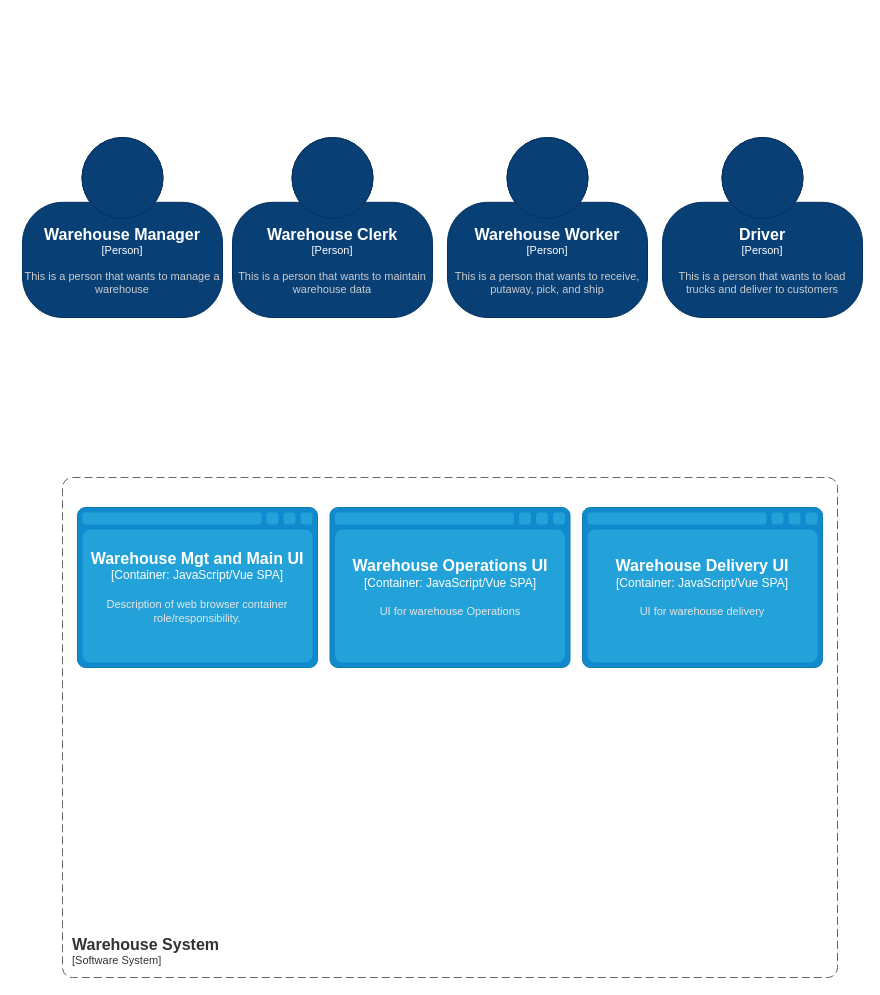
Above: page "Container" (2 of 3) of Warehouse/C4 Diagrams/C4-context-warehouse.drawio in OwenPlamondonOC/Software-Engineering-II-Projects (draw.io), before the change. Source tidied: cells renumbered, new cells numbered last; positions are measured from the earlier drawing's top-left corner, leaving out a move shared by most shapes. Both pictures are drawn from the tidied source at 100%, with x=0, y=0 at pixel (22, 137).
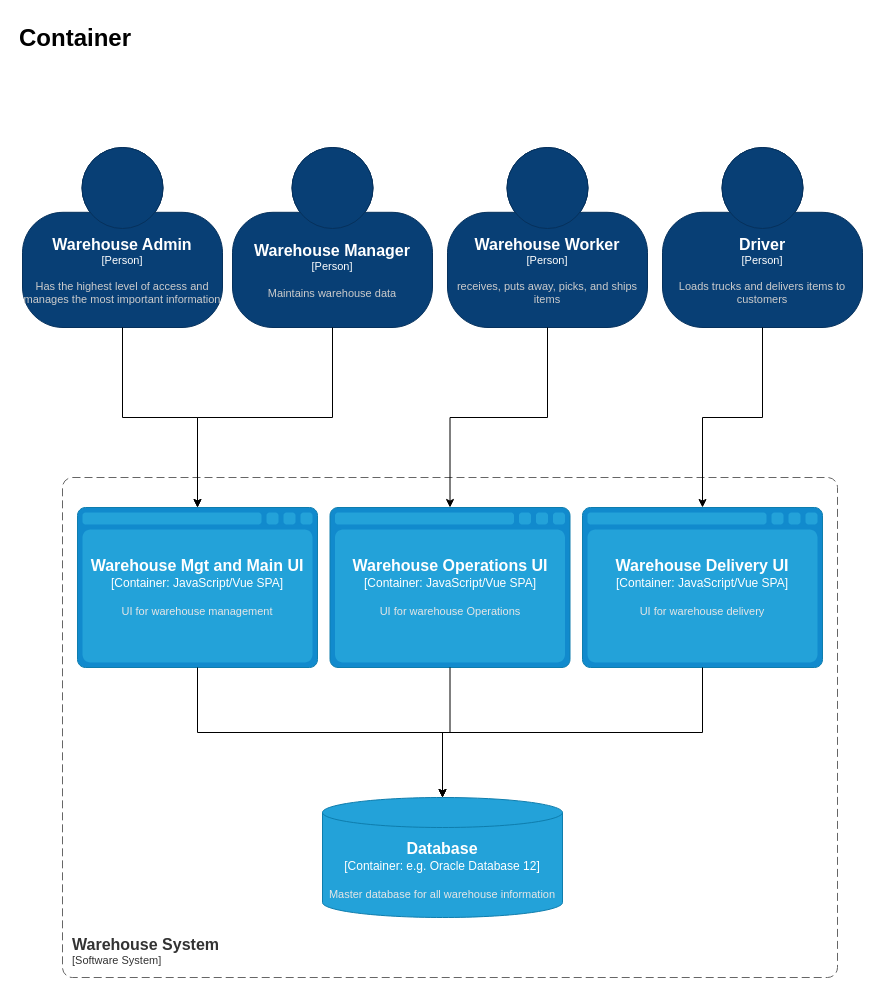
The same diagram, later.

Unchanged cells that the change refers to:
```xml
<object id="8" label="&lt;font style=&quot;font-size: 16px&quot;&gt;&lt;b&gt;%c4Name%&lt;/b&gt;&lt;/font&gt;&lt;div&gt;[%c4Type%:&amp;nbsp;%c4Technology%]&lt;/div&gt;&lt;br&gt;&lt;div&gt;&lt;font style=&quot;font-size: 11px&quot;&gt;&lt;font color=&quot;#E6E6E6&quot;&gt;%c4Description%&lt;/font&gt;&lt;/div&gt;" c4Description="UI for warehouse Operations" c4Name="Warehouse Operations UI" c4Technology="JavaScript/Vue SPA" c4Type="Container" placeholders="1">
  <mxCell style="shape=mxgraph.c4.webBrowserContainer2;whiteSpace=wrap;html=1;boundedLbl=1;rounded=0;labelBackgroundColor=none;strokeColor=#118ACD;fillColor=#23A2D9;strokeColor=#118ACD;strokeColor2=#0E7DAD;fontSize=12;fontColor=#ffffff;align=center;points=[[0.5,0,0],[1,0.25,0],[1,0.5,0],[1,0.75,0],[0.5,1,0],[0,0.75,0],[0,0.5,0],[0,0.25,0]];" parent="1" vertex="1">
    <mxGeometry x="307.5" y="370" width="240" height="160" as="geometry" />
  </mxCell>
</object>
<object id="9" label="&lt;font style=&quot;font-size: 16px&quot;&gt;&lt;b&gt;%c4Name%&lt;/b&gt;&lt;/font&gt;&lt;div&gt;[%c4Type%:&amp;nbsp;%c4Technology%]&lt;/div&gt;&lt;br&gt;&lt;div&gt;&lt;font style=&quot;font-size: 11px&quot;&gt;&lt;font color=&quot;#E6E6E6&quot;&gt;%c4Description%&lt;/font&gt;&lt;/div&gt;" c4Description="UI for warehouse delivery" c4Name="Warehouse Delivery UI" c4Technology="JavaScript/Vue SPA" c4Type="Container" placeholders="1">
  <mxCell style="shape=mxgraph.c4.webBrowserContainer2;whiteSpace=wrap;html=1;boundedLbl=1;rounded=0;labelBackgroundColor=none;strokeColor=#118ACD;fillColor=#23A2D9;strokeColor=#118ACD;strokeColor2=#0E7DAD;fontSize=12;fontColor=#ffffff;align=center;points=[[0.5,0,0],[1,0.25,0],[1,0.5,0],[1,0.75,0],[0.5,1,0],[0,0.75,0],[0,0.5,0],[0,0.25,0]];" parent="1" vertex="1">
    <mxGeometry x="560" y="370" width="240" height="160" as="geometry" />
  </mxCell>
</object>
```

The edit, as a diff of the source:
```diff
@@
-    <object id="3" label="&lt;font style=&quot;font-size: 16px&quot;&gt;&lt;b&gt;%c4Name%&lt;/b&gt;&lt;/font&gt;&lt;div&gt;[%c4Type%]&lt;/div&gt;&lt;br&gt;&lt;div&gt;&lt;font style=&quot;font-size: 11px&quot;&gt;&lt;font color=&quot;#cccccc&quot;&gt;%c4Description%&lt;/font&gt;&lt;/div&gt;" c4Description="This is a person that wants to manage a warehouse" c4Name="Warehouse Manager" c4Type="Person" placeholders="1">
-      <mxCell style="html=1;fontSize=11;dashed=0;whiteSpace=wrap;fillColor=#083F75;strokeColor=#06315C;fontColor=#ffffff;shape=mxgraph.c4.person2;align=center;" parent="1" vertex="1">
-        <mxGeometry width="200" height="180" as="geometry" />
-      </mxCell>
-    </object>
-    <object id="4" label="&lt;font style=&quot;font-size: 16px&quot;&gt;&lt;b&gt;%c4Name%&lt;/b&gt;&lt;/font&gt;&lt;div&gt;[%c4Type%]&lt;/div&gt;&lt;br&gt;&lt;div&gt;&lt;font style=&quot;font-size: 11px&quot;&gt;&lt;font color=&quot;#cccccc&quot;&gt;%c4Description%&lt;/font&gt;&lt;/div&gt;" c4Description="This is a person that wants to maintain warehouse data" c4Name="Warehouse Clerk" c4Type="Person" placeholders="1">
-      <mxCell style="html=1;fontSize=11;dashed=0;whiteSpace=wrap;fillColor=#083F75;strokeColor=#06315C;fontColor=#ffffff;shape=mxgraph.c4.person2;align=center;" parent="1" vertex="1">
-        <mxGeometry x="210" width="200" height="180" as="geometry" />
-      </mxCell>
-    </object>
-    <object id="5" label="&lt;font style=&quot;font-size: 16px&quot;&gt;&lt;b&gt;%c4Name%&lt;/b&gt;&lt;/font&gt;&lt;div&gt;[%c4Type%]&lt;/div&gt;&lt;br&gt;&lt;div&gt;&lt;font style=&quot;font-size: 11px&quot;&gt;&lt;font color=&quot;#cccccc&quot;&gt;%c4Description%&lt;/font&gt;&lt;/div&gt;" c4Description="This is a person that wants to receive, putaway, pick, and ship" c4Name="Warehouse Worker" c4Type="Person" placeholders="1">
-      <mxCell style="html=1;fontSize=11;dashed=0;whiteSpace=wrap;fillColor=#083F75;strokeColor=#06315C;fontColor=#ffffff;shape=mxgraph.c4.person2;align=center;" parent="1" vertex="1">
-        <mxGeometry x="425" width="200" height="180" as="geometry" />
-      </mxCell>
-    </object>
-    <object id="6" label="&lt;font style=&quot;font-size: 16px&quot;&gt;&lt;b&gt;%c4Name%&lt;/b&gt;&lt;/font&gt;&lt;div&gt;[%c4Type%]&lt;/div&gt;&lt;br&gt;&lt;div&gt;&lt;font style=&quot;font-size: 11px&quot;&gt;&lt;font color=&quot;#cccccc&quot;&gt;%c4Description%&lt;/font&gt;&lt;/div&gt;" c4Description="This is a person that wants to load trucks and deliver to customers" c4Name="Driver" c4Type="Person" placeholders="1">
-      <mxCell style="html=1;fontSize=11;dashed=0;whiteSpace=wrap;fillColor=#083F75;strokeColor=#06315C;fontColor=#ffffff;shape=mxgraph.c4.person2;align=center;" parent="1" vertex="1">
-        <mxGeometry x="640" width="200" height="180" as="geometry" />
-      </mxCell>
-    </object>
-    <object id="7" label="&lt;font style=&quot;font-size: 16px&quot;&gt;&lt;b&gt;%c4Name%&lt;/b&gt;&lt;/font&gt;&lt;div&gt;[%c4Type%:&amp;nbsp;%c4Technology%]&lt;/div&gt;&lt;br&gt;&lt;div&gt;&lt;font style=&quot;font-size: 11px&quot;&gt;&lt;font color=&quot;#E6E6E6&quot;&gt;%c4Description%&lt;/font&gt;&lt;/div&gt;" c4Description="Description of web browser container role/responsibility." c4Name="Warehouse Mgt and Main UI" c4Technology="JavaScript/Vue SPA" c4Type="Container" placeholders="1">
+    <object id="7" label="&lt;font style=&quot;font-size: 16px&quot;&gt;&lt;b&gt;%c4Name%&lt;/b&gt;&lt;/font&gt;&lt;div&gt;[%c4Type%:&amp;nbsp;%c4Technology%]&lt;/div&gt;&lt;br&gt;&lt;div&gt;&lt;font style=&quot;font-size: 11px&quot;&gt;&lt;font color=&quot;#E6E6E6&quot;&gt;%c4Description%&lt;/font&gt;&lt;/div&gt;" c4Description="UI for warehouse management" c4Name="Warehouse Mgt and Main UI" c4Technology="JavaScript/Vue SPA" c4Type="Container" placeholders="1">
       <mxCell style="shape=mxgraph.c4.webBrowserContainer2;whiteSpace=wrap;html=1;boundedLbl=1;rounded=0;labelBackgroundColor=none;strokeColor=#118ACD;fillColor=#23A2D9;strokeColor=#118ACD;strokeColor2=#0E7DAD;fontSize=12;fontColor=#ffffff;align=center;points=[[0.5,0,0],[1,0.25,0],[1,0.5,0],[1,0.75,0],[0.5,1,0],[0,0.75,0],[0,0.5,0],[0,0.25,0]];" parent="1" vertex="1">
         <mxGeometry x="55" y="370" width="240" height="160" as="geometry" />
       </mxCell>
     </object>
@@
+    <mxCell id="10" value="&lt;h1 style=&quot;margin-top: 0px;&quot;&gt;Container&lt;/h1&gt;&lt;p&gt;&lt;br&gt;&lt;/p&gt;" style="text;html=1;whiteSpace=wrap;overflow=hidden;rounded=0;" parent="1" vertex="1">
+      <mxGeometry x="-5" y="-120" width="340" height="120" as="geometry" />
+    </mxCell>
+    <object id="11" label="&lt;font style=&quot;font-size: 16px&quot;&gt;&lt;b&gt;%c4Name%&lt;/b&gt;&lt;/font&gt;&lt;div&gt;[%c4Type%]&lt;/div&gt;&lt;br&gt;&lt;div&gt;&lt;font style=&quot;font-size: 11px&quot;&gt;&lt;font color=&quot;#cccccc&quot;&gt;%c4Description%&lt;/font&gt;&lt;/div&gt;" c4Description="Has the highest level of access and manages the most important information" c4Name="Warehouse Admin" c4Type="Person" placeholders="1">
+      <mxCell style="html=1;fontSize=11;dashed=0;whiteSpace=wrap;fillColor=#083F75;strokeColor=#06315C;fontColor=#ffffff;shape=mxgraph.c4.person2;align=center;points=[[0.5,0,0],[1,0.5,0],[1,0.75,0],[0.75,1,0],[0.5,1,0],[0.25,1,0],[0,0.75,0],[0,0.5,0]];" parent="1" vertex="1">
+        <mxGeometry y="10" width="200" height="180" as="geometry" />
+      </mxCell>
+    </object>
+    <object id="12" label="&lt;font style=&quot;font-size: 16px&quot;&gt;&lt;b&gt;%c4Name%&lt;/b&gt;&lt;/font&gt;&lt;div&gt;[%c4Type%]&lt;/div&gt;&lt;br&gt;&lt;div&gt;&lt;font style=&quot;font-size: 11px&quot;&gt;&lt;font color=&quot;#cccccc&quot;&gt;%c4Description%&lt;/font&gt;&lt;/div&gt;" c4Description="Maintains warehouse data" c4Name="Warehouse Manager" c4Type="Person" placeholders="1">
+      <mxCell style="html=1;fontSize=11;dashed=0;whiteSpace=wrap;fillColor=#083F75;strokeColor=#06315C;fontColor=#ffffff;shape=mxgraph.c4.person2;align=center;points=[[0.5,0,0],[1,0.5,0],[1,0.75,0],[0.75,1,0],[0.5,1,0],[0.25,1,0],[0,0.75,0],[0,0.5,0]];" parent="1" vertex="1">
+        <mxGeometry x="210" y="10" width="200" height="180" as="geometry" />
+      </mxCell>
+    </object>
+    <object id="13" label="&lt;font style=&quot;font-size: 16px&quot;&gt;&lt;b&gt;%c4Name%&lt;/b&gt;&lt;/font&gt;&lt;div&gt;[%c4Type%]&lt;/div&gt;&lt;br&gt;&lt;div&gt;&lt;font style=&quot;font-size: 11px&quot;&gt;&lt;font color=&quot;#cccccc&quot;&gt;%c4Description%&lt;/font&gt;&lt;/div&gt;" c4Description="receives, puts away, picks, and ships items" c4Name="Warehouse Worker" c4Type="Person" placeholders="1">
+      <mxCell style="html=1;fontSize=11;dashed=0;whiteSpace=wrap;fillColor=#083F75;strokeColor=#06315C;fontColor=#ffffff;shape=mxgraph.c4.person2;align=center;points=[[0.5,0,0],[1,0.5,0],[1,0.75,0],[0.75,1,0],[0.5,1,0],[0.25,1,0],[0,0.75,0],[0,0.5,0]];" parent="1" vertex="1">
+        <mxGeometry x="425" y="10" width="200" height="180" as="geometry" />
+      </mxCell>
+    </object>
+    <object id="14" label="&lt;font style=&quot;font-size: 16px&quot;&gt;&lt;b&gt;%c4Name%&lt;/b&gt;&lt;/font&gt;&lt;div&gt;[%c4Type%]&lt;/div&gt;&lt;br&gt;&lt;div&gt;&lt;font style=&quot;font-size: 11px&quot;&gt;&lt;font color=&quot;#cccccc&quot;&gt;%c4Description%&lt;/font&gt;&lt;/div&gt;" c4Description="Loads trucks and delivers items to customers" c4Name="Driver" c4Type="Person" placeholders="1">
+      <mxCell style="html=1;fontSize=11;dashed=0;whiteSpace=wrap;fillColor=#083F75;strokeColor=#06315C;fontColor=#ffffff;shape=mxgraph.c4.person2;align=center;points=[[0.5,0,0],[1,0.5,0],[1,0.75,0],[0.75,1,0],[0.5,1,0],[0.25,1,0],[0,0.75,0],[0,0.5,0]];" parent="1" vertex="1">
+        <mxGeometry x="640" y="10" width="200" height="180" as="geometry" />
+      </mxCell>
+    </object>
+    <mxCell id="15" style="edgeStyle=orthogonalEdgeStyle;rounded=0;jettySize=auto;html=1;exitX=0.5;exitY=1;exitDx=0;exitDy=0;exitPerimeter=0;entryX=0.5;entryY=0;entryDx=0;entryDy=0;entryPerimeter=0;" parent="1" edge="1" source="11" target="7">
+      <mxGeometry relative="1" as="geometry" />
+    </mxCell>
+    <mxCell id="16" style="edgeStyle=orthogonalEdgeStyle;rounded=0;jettySize=auto;html=1;exitX=0.5;exitY=1;exitDx=0;exitDy=0;exitPerimeter=0;entryX=0.5;entryY=0;entryDx=0;entryDy=0;entryPerimeter=0;" parent="1" edge="1" source="12" target="7">
+      <mxGeometry relative="1" as="geometry" />
+    </mxCell>
+    <mxCell id="17" style="edgeStyle=orthogonalEdgeStyle;rounded=0;jettySize=auto;html=1;exitX=0.5;exitY=1;exitDx=0;exitDy=0;exitPerimeter=0;entryX=0.5;entryY=0;entryDx=0;entryDy=0;entryPerimeter=0;" parent="1" edge="1" source="13" target="8">
+      <mxGeometry relative="1" as="geometry" />
+    </mxCell>
+    <mxCell id="18" style="edgeStyle=orthogonalEdgeStyle;rounded=0;jettySize=auto;html=1;exitX=0.5;exitY=1;exitDx=0;exitDy=0;exitPerimeter=0;entryX=0.5;entryY=0;entryDx=0;entryDy=0;entryPerimeter=0;" parent="1" edge="1" source="14" target="9">
+      <mxGeometry relative="1" as="geometry" />
+    </mxCell>
+    <object id="19" label="&lt;font style=&quot;font-size: 16px&quot;&gt;&lt;b&gt;%c4Name%&lt;/b&gt;&lt;/font&gt;&lt;div&gt;[%c4Type%:&amp;nbsp;%c4Technology%]&lt;/div&gt;&lt;br&gt;&lt;div&gt;&lt;font style=&quot;font-size: 11px&quot;&gt;&lt;font color=&quot;#E6E6E6&quot;&gt;%c4Description%&lt;/font&gt;&lt;/div&gt;" c4Description="Master database for all warehouse information" c4Name="Database" c4Technology="e.g. Oracle Database 12" c4Type="Container" placeholders="1">
+      <mxCell style="shape=cylinder3;size=15;whiteSpace=wrap;html=1;boundedLbl=1;rounded=0;labelBackgroundColor=none;fillColor=#23A2D9;fontSize=12;fontColor=#ffffff;align=center;strokeColor=#0E7DAD;points=[[0.5,0,0],[1,0.25,0],[1,0.5,0],[1,0.75,0],[0.5,1,0],[0,0.75,0],[0,0.5,0],[0,0.25,0]];" parent="1" vertex="1">
+        <mxGeometry x="300" y="660" width="240" height="120" as="geometry" />
+      </mxCell>
+    </object>
+    <mxCell id="20" style="edgeStyle=orthogonalEdgeStyle;rounded=0;jettySize=auto;html=1;exitX=0.5;exitY=1;exitDx=0;exitDy=0;exitPerimeter=0;entryX=0.5;entryY=0;entryDx=0;entryDy=0;entryPerimeter=0;" parent="1" edge="1" source="7" target="19">
+      <mxGeometry relative="1" as="geometry" />
+    </mxCell>
+    <mxCell id="21" style="edgeStyle=orthogonalEdgeStyle;rounded=0;jettySize=auto;html=1;exitX=0.5;exitY=1;exitDx=0;exitDy=0;exitPerimeter=0;entryX=0.5;entryY=0;entryDx=0;entryDy=0;entryPerimeter=0;" parent="1" edge="1" source="8" target="19">
+      <mxGeometry relative="1" as="geometry" />
+    </mxCell>
+    <mxCell id="22" style="edgeStyle=orthogonalEdgeStyle;rounded=0;jettySize=auto;html=1;exitX=0.5;exitY=1;exitDx=0;exitDy=0;exitPerimeter=0;entryX=0.5;entryY=0;entryDx=0;entryDy=0;entryPerimeter=0;" parent="1" edge="1" source="9" target="19">
+      <mxGeometry relative="1" as="geometry" />
+    </mxCell>
```
